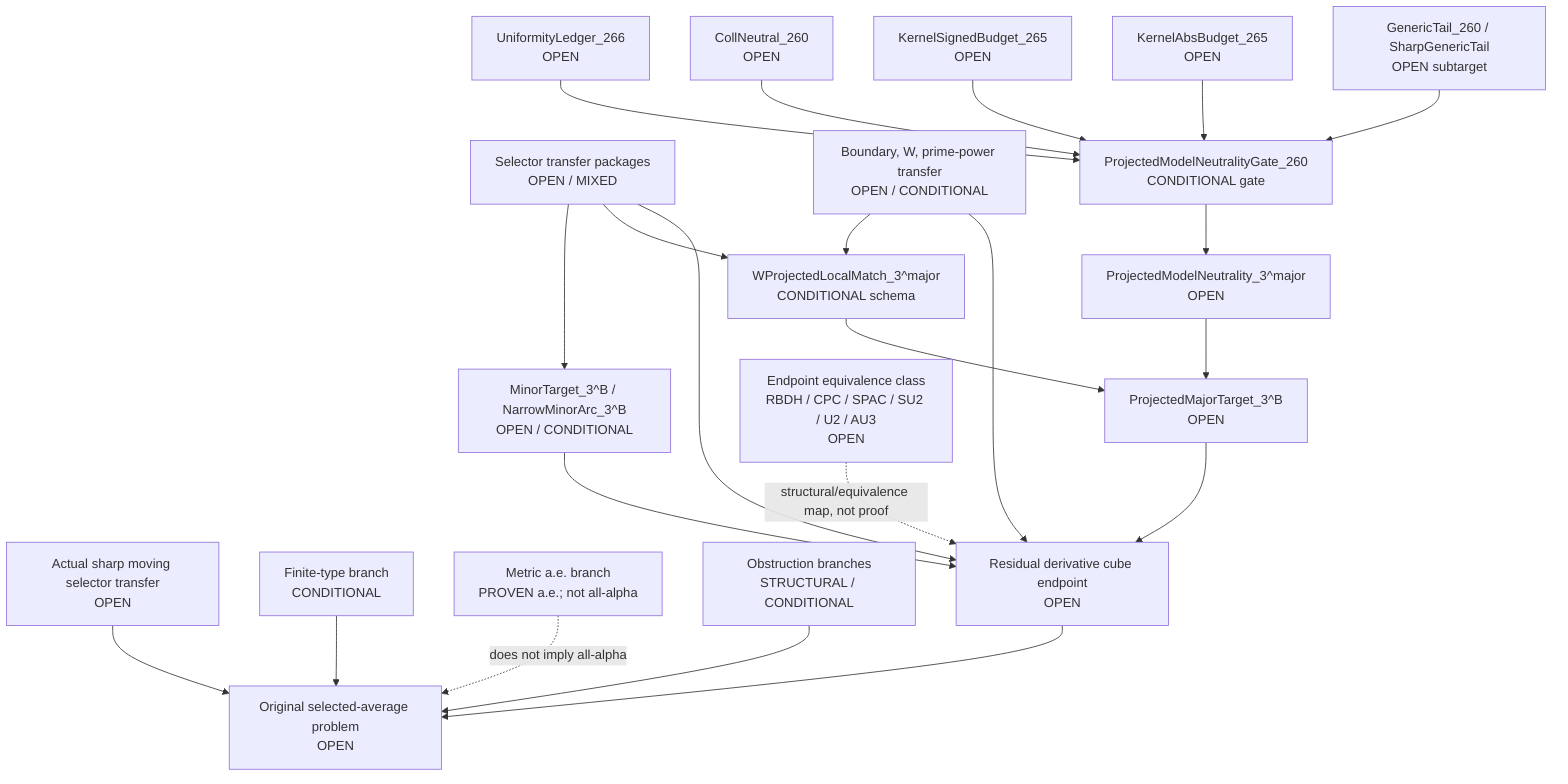
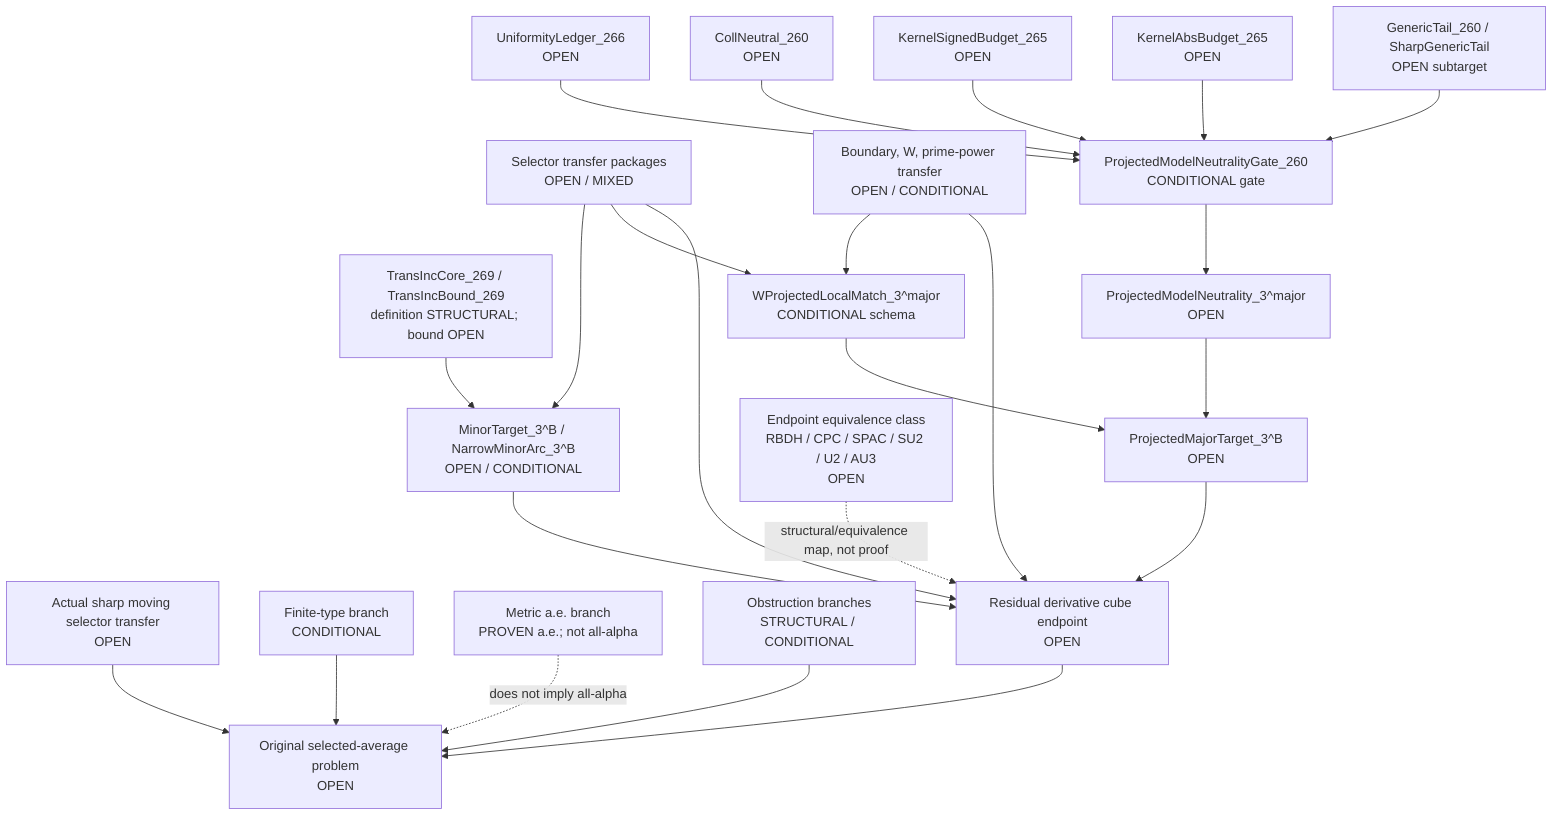
flowchart TD
  Original["Original selected-average problem<br/>OPEN"]
  SharpSel["Actual sharp moving selector transfer<br/>OPEN"]
  FiniteType["Finite-type branch<br/>CONDITIONAL"]
  Metric["Metric a.e. branch<br/>PROVEN a.e.; not all-alpha"]
  Obstruction["Obstruction branches<br/>STRUCTURAL / CONDITIONAL"]

  ResCube["Residual derivative cube endpoint<br/>OPEN"]
  MajorTarget["ProjectedMajorTarget_3^B<br/>OPEN"]
  MinorTarget["MinorTarget_3^B / NarrowMinorArc_3^B<br/>OPEN / CONDITIONAL"]
+   TransInc["TransIncCore_269 / TransIncBound_269<br/>definition STRUCTURAL; bound OPEN"]
  SelectorTransfer["Selector transfer packages<br/>OPEN / MIXED"]
  BoundaryTransfer["Boundary, W, prime-power transfer<br/>OPEN / CONDITIONAL"]

  WLocal["WProjectedLocalMatch_3^major<br/>CONDITIONAL schema"]
  ModelNeutral["ProjectedModelNeutrality_3^major<br/>OPEN"]
  PMNGate["ProjectedModelNeutralityGate_260<br/>CONDITIONAL gate"]
  GenericTail["GenericTail_260 / SharpGenericTail<br/>OPEN subtarget"]
  KernelAbs["KernelAbsBudget_265<br/>OPEN"]
  KernelSigned["KernelSignedBudget_265<br/>OPEN"]
  CollNeutral["CollNeutral_260<br/>OPEN"]
  Uniformity["UniformityLedger_266<br/>OPEN"]

  EndpointClass["Endpoint equivalence class<br/>RBDH / CPC / SPAC / SU2 / U2 / AU3<br/>OPEN"]

  SharpSel --> Original
  FiniteType --> Original
  Obstruction --> Original
  ResCube --> Original
  Metric -. "does not imply all-alpha" .-> Original

  MajorTarget --> ResCube
  MinorTarget --> ResCube
+   TransInc --> MinorTarget
  SelectorTransfer --> ResCube
  BoundaryTransfer --> ResCube
  EndpointClass -. "structural/equivalence map, not proof" .-> ResCube

  WLocal --> MajorTarget
  ModelNeutral --> MajorTarget

  PMNGate --> ModelNeutral
  GenericTail --> PMNGate
  KernelAbs --> PMNGate
  KernelSigned --> PMNGate
  CollNeutral --> PMNGate
  Uniformity --> PMNGate

  BoundaryTransfer --> WLocal
  SelectorTransfer --> WLocal
  SelectorTransfer --> MinorTarget
